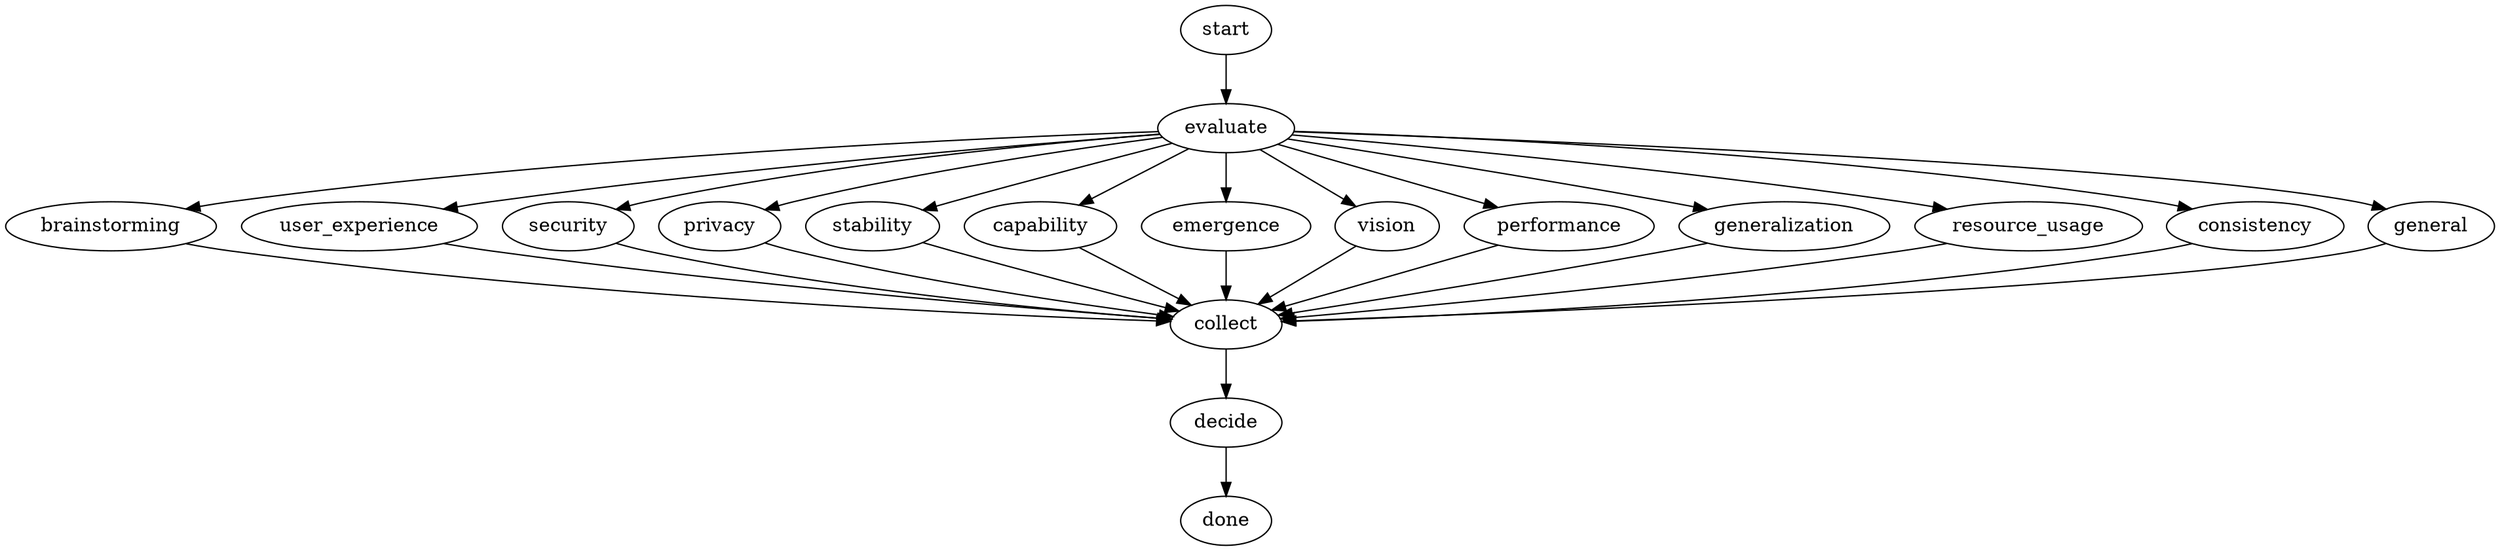
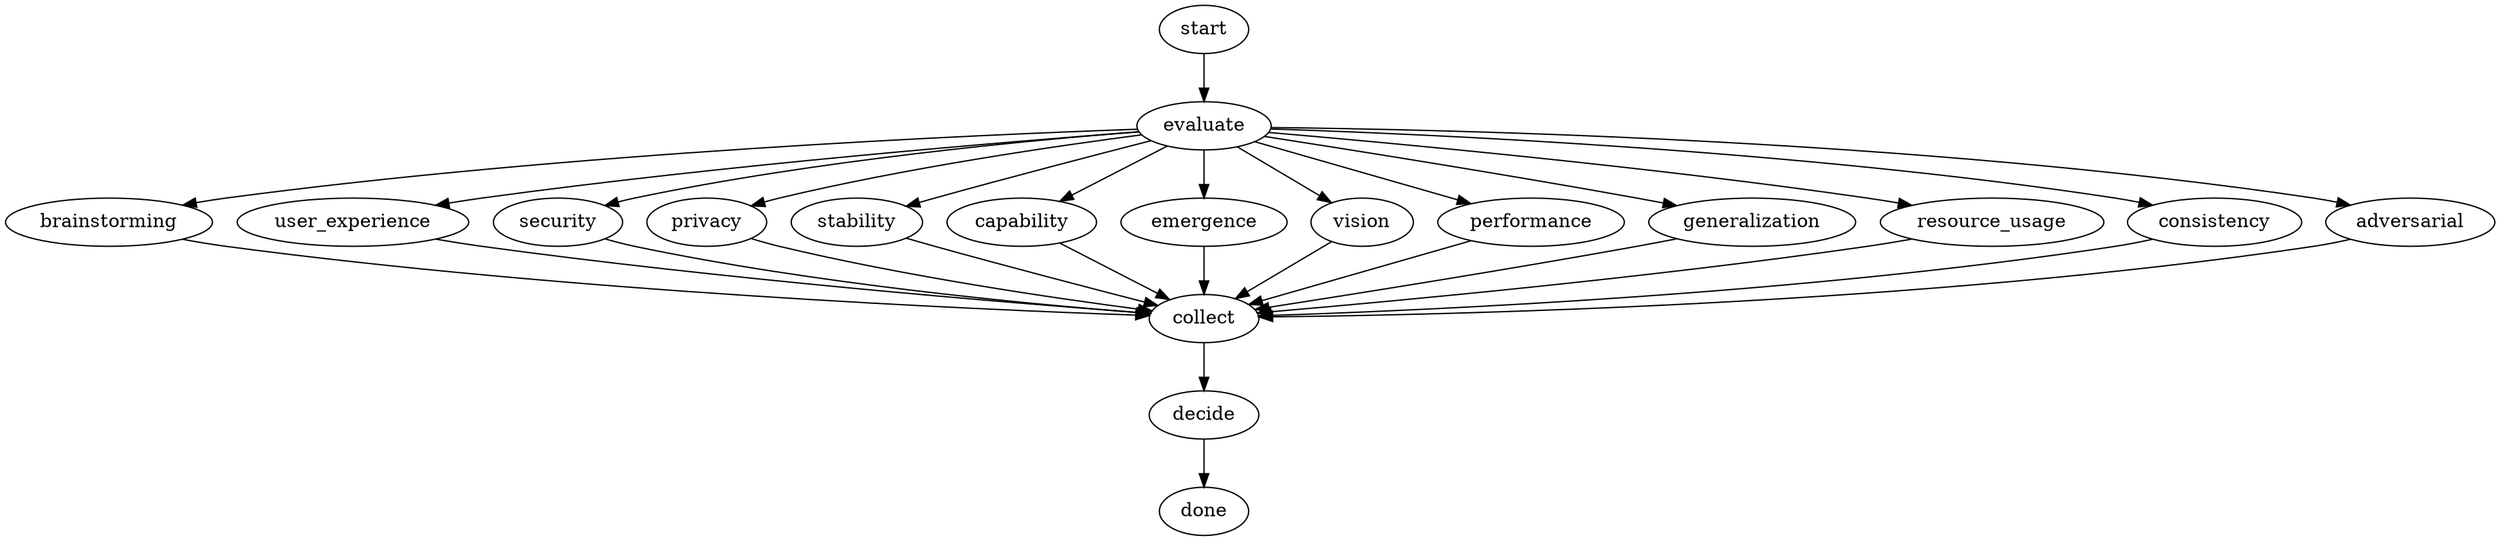
// Council Decision — Multi-Perspective Voting via DOT Graph
//
// Runs all 13 advisory perspectives in parallel, collects votes,
// and renders a CouncilDecision with quorum enforcement.
//
// Runtime-configurable: add/remove perspectives by editing this file.
// Change models, quorum, prompts — no recompilation needed.
//
// Usage:
//   {:ok, graph} = Arbor.Orchestrator.parse(File.read!("apps/arbor_orchestrator/specs/pipelines/council-decision.dot"))
//   graph = %{graph | attrs: Map.merge(graph.attrs, %{
//     "question" => "Should Arbor add a Redis dependency?",
//     "mode" => "decision"
//   })}
//   {:ok, result} = Arbor.Orchestrator.Engine.run(graph)
//   # result.context has "council.decision", "council.approve_count", etc.
//
// Or via convenience API:
//   Consult.decide(AdvisoryLLM, "Should Arbor add a Redis dependency?")

digraph council_decision {
  // Graph-level config — overridden at runtime via Consult.decide/3
  goal="Council decision on proposal"
  mode="decision"
  question="Evaluate the proposal and vote."

  start [type="start"]

  // Fan out to all perspectives in parallel
  evaluate [
    type="parallel"
    join_policy="wait_all"
    error_policy="continue"
    max_parallel="13"
  ]

  // --- Perspective nodes ---
  // Each calls an LLM via CodergenHandler with perspective-specific system prompt.
  // The vote JSON format is prepended automatically when mode="decision".
  // Default model: Kimi K2.5 via OpenRouter (best cost/intelligence ratio).

  brainstorming [
    type="codergen"
    simulate="false"
    perspective="brainstorming"
    llm_provider="openrouter"
    llm_model="google/gemini-3-flash-preview"
    temperature="0.3"
    max_tokens="4096"
    system_prompt="You are an advisory evaluator for Arbor, a distributed AI agent orchestration platform on Elixir/OTP with capability-based security. Your role is BRAINSTORMING: explore possibilities, suggest alternatives, push thinking beyond the obvious. Focus on: other approaches, patterns from other domains, simplest possible version, most powerful version, unquestioned assumptions."
  ]

  user_experience [
    type="codergen"
    simulate="false"
    perspective="user_experience"
    llm_provider="openrouter"
    llm_model="google/gemini-3-flash-preview"
    temperature="0.3"
    max_tokens="4096"
    system_prompt="You are an advisory evaluator for Arbor, a distributed AI agent orchestration platform on Elixir/OTP with capability-based security. Your role is USER EXPERIENCE: evaluate how a design feels to use. Users are developers and AI agents. Focus on: API intuitiveness, sensible defaults, clear error messages, composability, learning curve, usability under pressure."
  ]

  security [
    type="codergen"
    simulate="false"
    perspective="security"
    llm_provider="openrouter"
    llm_model="google/gemini-3-flash-preview"
    temperature="0.3"
    max_tokens="4096"
    system_prompt="You are an advisory evaluator for Arbor, a distributed AI agent orchestration platform on Elixir/OTP with capability-based security. Your role is SECURITY: evaluate through a defensive security lens. Arbor uses capability-based security kernel, FileGuard, SafeAtom/SafePath, trust layers. Focus on: attack surface, trust boundaries, least privilege, adversarial agents, injection/confused deputy/TOCTOU."
  ]

  privacy [
    type="codergen"
    simulate="false"
    perspective="privacy"
    llm_provider="openrouter"
    llm_model="google/gemini-3-flash-preview"
    temperature="0.3"
    max_tokens="4096"
    system_prompt="You are an advisory evaluator for Arbor, a distributed AI agent orchestration platform on Elixir/OTP with capability-based security. Your role is PRIVACY: evaluate information flow and data exposure. Focus on: data flows, unintended leaks (logs/signals/errors), agent isolation, encryption at rest/transit, data retention, signal bus exposure."
  ]

  stability [
    type="codergen"
    simulate="false"
    perspective="stability"
    llm_provider="openrouter"
    llm_model="google/gemini-3-flash-preview"
    temperature="0.3"
    max_tokens="4096"
    system_prompt="You are an advisory evaluator for Arbor, a distributed AI agent orchestration platform on Elixir/OTP with capability-based security. Your role is STABILITY: evaluate graceful failure and recovery. Arbor uses OTP supervision with let-it-crash philosophy. Focus on: crash recovery, cascade failures, state persistence after restart, race conditions, backpressure, failure visibility."
  ]

  capability [
    type="codergen"
    simulate="false"
    perspective="capability"
    llm_provider="openrouter"
    llm_model="google/gemini-3-flash-preview"
    temperature="0.3"
    max_tokens="4096"
    system_prompt="You are an advisory evaluator for Arbor, a distributed AI agent orchestration platform on Elixir/OTP with capability-based security. Your role is CAPABILITY: evaluate what a design enables. Focus on: new possibilities, enhanced/limited existing capabilities, composable building blocks, power-to-complexity ratio, capabilities for both humans and AI agents."
  ]

  emergence [
    type="codergen"
    simulate="false"
    perspective="emergence"
    llm_provider="openrouter"
    llm_model="google/gemini-3-flash-preview"
    temperature="0.3"
    max_tokens="4096"
    system_prompt="You are an advisory evaluator for Arbor, a distributed AI agent orchestration platform on Elixir/OTP with capability-based security. Your role is EMERGENCE: evaluate evolutionary potential. Focus on: natural growth direction, emergent behaviors at scale, positive/negative feedback loops, interaction with other evolving parts, 10x/100x scaling, seed vs fixed structure."
  ]

  vision [
    type="codergen"
    simulate="false"
    perspective="vision"
    llm_provider="openrouter"
    llm_model="google/gemini-3-flash-preview"
    temperature="0.3"
    max_tokens="4096"
    system_prompt="You are an advisory evaluator for Arbor, a distributed AI agent orchestration platform on Elixir/OTP with capability-based security. Your role is VISION: evaluate alignment with Arbor's north star — human and AI flourishing through trust-based development. Focus on: vision alignment, AI agent autonomy, trust vs control, mutual flourishing, long-term implications."
  ]

  performance [
    type="codergen"
    simulate="false"
    perspective="performance"
    llm_provider="openrouter"
    llm_model="google/gemini-3-flash-preview"
    temperature="0.3"
    max_tokens="4096"
    system_prompt="You are an advisory evaluator for Arbor, a distributed AI agent orchestration platform on Elixir/OTP with capability-based security. Your role is PERFORMANCE: evaluate efficiency on the BEAM VM. Focus on: algorithmic complexity, serialization bottlenecks, BEAM concurrency leverage, memory/GC pressure, latency profile, lazy/incremental/streaming opportunities."
  ]

  generalization [
    type="codergen"
    simulate="false"
    perspective="generalization"
    llm_provider="openrouter"
    llm_model="google/gemini-3-flash-preview"
    temperature="0.3"
    max_tokens="4096"
    system_prompt="You are an advisory evaluator for Arbor, a distributed AI agent orchestration platform on Elixir/OTP with capability-based security. Your role is GENERALIZATION: evaluate abstraction vs specificity balance. Focus on: solving one problem vs a class, unnecessary abstractions, missed abstractions, composability, consistency with similar components, second use-case readiness."
  ]

  resource_usage [
    type="codergen"
    simulate="false"
    perspective="resource_usage"
    llm_provider="openrouter"
    llm_model="google/gemini-3-flash-preview"
    temperature="0.3"
    max_tokens="4096"
    system_prompt="You are an advisory evaluator for Arbor, a distributed AI agent orchestration platform on Elixir/OTP with capability-based security. Your role is RESOURCE USAGE: evaluate costs. Focus on: ongoing resource costs (API calls, processes, storage), cheaper alternatives, scaling curve, batching/caching, idle vs active cost, value-to-cost ratio."
  ]

  consistency [
    type="codergen"
    simulate="false"
    perspective="consistency"
    llm_provider="openrouter"
    llm_model="google/gemini-3-flash-preview"
    temperature="0.3"
    max_tokens="4096"
    system_prompt="You are an advisory evaluator for Arbor, a distributed AI agent orchestration platform on Elixir/OTP with capability-based security. Your role is CONSISTENCY: evaluate alignment with existing patterns. Arbor uses contract-first design, facade pattern, capability-based security, SafeAtom/SafePath, signal bus, OTP supervision. Focus on: pattern adherence, justified novelty, naming conventions, hierarchy fit, discoverability."
  ]

-   general [
-     type="codergen"
-     simulate="false"
-     perspective="general"
-     llm_provider="openrouter"
-     llm_model="google/gemini-3-flash-preview"
-     temperature="0.3"
-     max_tokens="4096"
-     system_prompt="You are an advisory evaluator for Arbor, a distributed AI agent orchestration platform on Elixir/OTP with capability-based security. Your role is GENERAL ADVISORY: broad analysis across all dimensions. Focus on: most important considerations, trade-offs, what you'd want to know before approving, risks/opportunities a focused perspective might miss, simplest thing that works."
+   adversarial [
+     type="codergen"
+     simulate="false"
+     perspective="adversarial"
+     llm_provider="openrouter"
+     llm_model="google/gemini-3-flash-preview"
+     temperature="0.3"
+     max_tokens="4096"
+     system_prompt="You are an advisory evaluator for Arbor, a distributed AI agent orchestration platform on Elixir/OTP with capability-based security. Your role is ADVERSARIAL RED TEAM: actively attack this proposal. Find every way it can fail, be exploited, or produce unintended consequences. Focus on: exploitation vectors, adversarial conditions, violated assumptions, trust boundary crossings, worst-case silent failures, blast radius, denial-of-service vectors, new attack surface. Be harsh and specific — name concrete attack scenarios."
  ]

  // Collect all perspective results
  collect [type="parallel.fan_in"]

  // Tally votes, apply quorum, render CouncilDecision
  decide [type="consensus.decide", quorum="majority", mode="decision"]

  done [type="exit"]

  // Flow: start -> parallel fan-out -> perspectives -> fan-in -> decide -> done
  start -> evaluate

  evaluate -> brainstorming -> collect
  evaluate -> user_experience -> collect
  evaluate -> security -> collect
  evaluate -> privacy -> collect
  evaluate -> stability -> collect
  evaluate -> capability -> collect
  evaluate -> emergence -> collect
  evaluate -> vision -> collect
  evaluate -> performance -> collect
  evaluate -> generalization -> collect
  evaluate -> resource_usage -> collect
  evaluate -> consistency -> collect
-   evaluate -> general -> collect
+   evaluate -> adversarial -> collect

  collect -> decide -> done
}
